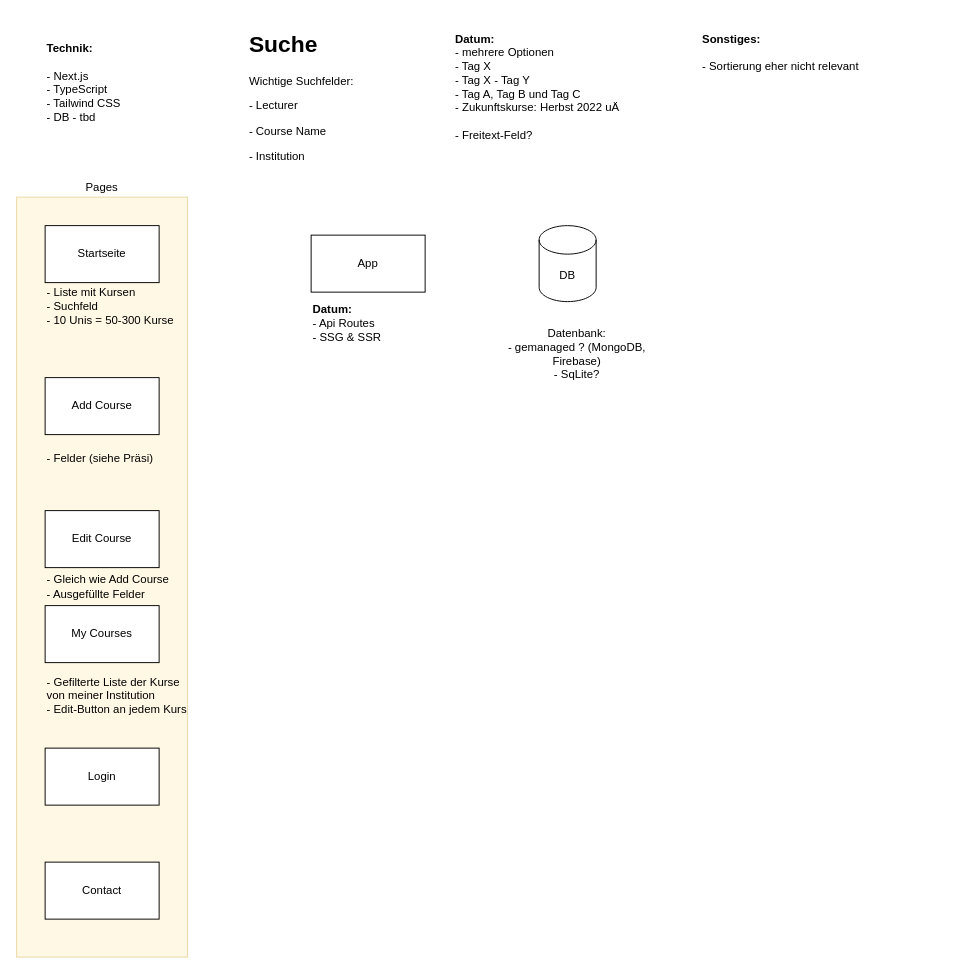
Before: diagrams/mvp-architecture-overview.drawio in pgoodbread/phd-course-finder, a draw.io diagram. Source tidied: cells renumbered, new cells numbered last; positions are measured from the earlier drawing's top-left corner, leaving out a move shared by most shapes. Both pictures are drawn from the tidied source at 95%, with x=0, y=0 at pixel (16, 26).
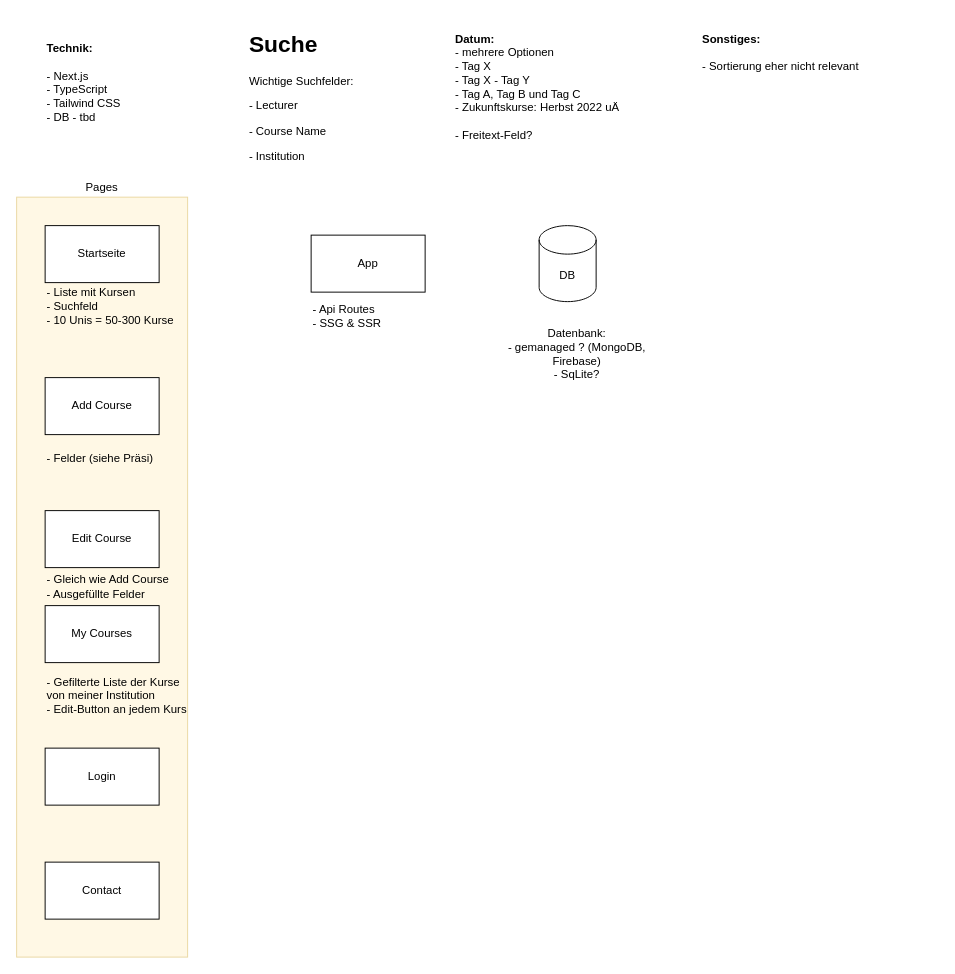
After the change.

Diff of the diagram source:
```diff
@@
-    <mxCell id="20" value="&lt;b&gt;Datum:&amp;nbsp;&lt;br&gt;&lt;/b&gt;&lt;div&gt;&lt;span&gt;- Api Routes&lt;/span&gt;&lt;/div&gt;&lt;div&gt;&lt;span&gt;- SSG &amp;amp; SSR&lt;/span&gt;&lt;/div&gt;" style="text;html=1;strokeColor=none;fillColor=none;align=left;verticalAlign=top;whiteSpace=wrap;rounded=0;" parent="1" vertex="1">
+    <mxCell id="20" value="&lt;span&gt;- Api Routes&lt;/span&gt;&lt;br&gt;&lt;div&gt;&lt;span&gt;- SSG &amp;amp; SSR&lt;/span&gt;&lt;/div&gt;" style="text;html=1;strokeColor=none;fillColor=none;align=left;verticalAlign=top;whiteSpace=wrap;rounded=0;" parent="1" vertex="1">
       <mxGeometry x="310" y="285" width="180" height="120" as="geometry" />
     </mxCell>
```
